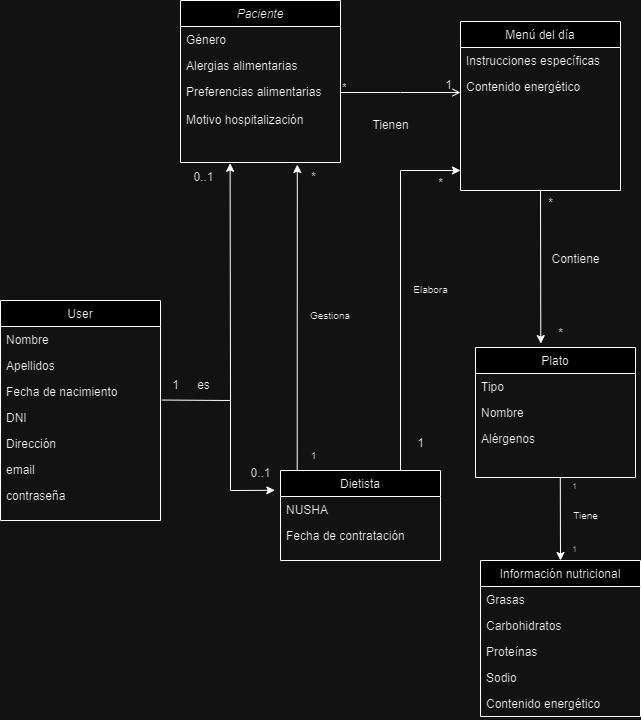
Earlier version of the draw.io export images/UML.drawio.png (CGIS-2024/proyecto-evaluacion-continua-grupoalfalb). Source tidied: cells renumbered, new cells last; positions are measured from the earlier drawing's top-left corner, leaving out a move shared by most shapes.
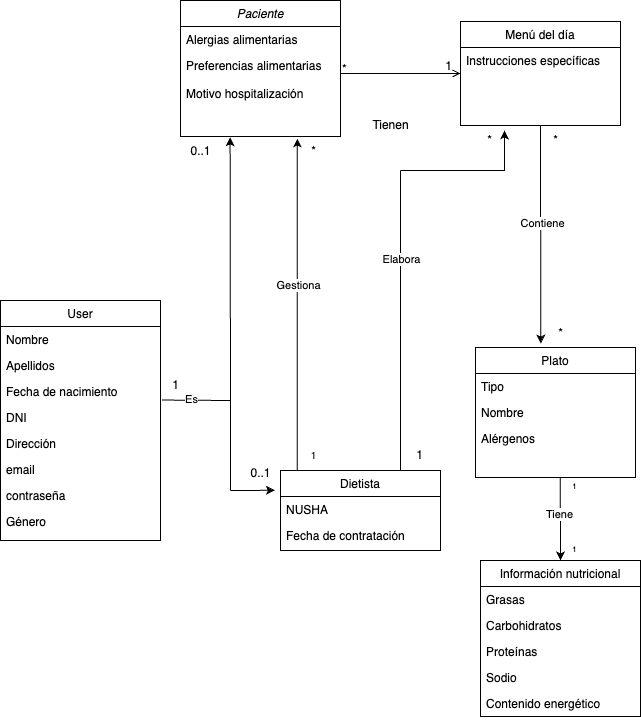
Later version of the same file.

What changed in the source:
```diff
@@ -3,34 +3,28 @@
     <mxCell id="0" />
     <mxCell id="1" parent="0" />
     <mxCell id="2" value="Paciente" style="swimlane;fontStyle=2;align=center;verticalAlign=top;horizontal=1;startSize=26;rounded=0;shadow=0;strokeWidth=1;" parent="1" vertex="1">
-      <mxGeometry x="180" width="160" height="162" as="geometry" />
+      <mxGeometry x="180" width="160" height="136" as="geometry" />
     </mxCell>
-    <mxCell id="3" value="Género" style="text;align=left;verticalAlign=top;spacingLeft=4;spacingRight=4;overflow=hidden;rounded=0;shadow=0;html=0;" parent="2" vertex="1">
-      <mxGeometry y="26" width="160" height="26" as="geometry" />
-    </mxCell>
     <mxCell id="4" value="Alergias alimentarias" style="text;align=left;verticalAlign=top;spacingLeft=4;spacingRight=4;overflow=hidden;rounded=0;shadow=0;html=0;" parent="2" vertex="1">
-      <mxGeometry y="52" width="160" height="26" as="geometry" />
+      <mxGeometry y="26" width="160" height="26" as="geometry" />
     </mxCell>
     <mxCell id="5" value="Preferencias alimentarias" style="text;align=left;verticalAlign=top;spacingLeft=4;spacingRight=4;overflow=hidden;rounded=0;shadow=0;html=0;" parent="2" vertex="1">
-      <mxGeometry y="78" width="160" height="28" as="geometry" />
+      <mxGeometry y="52" width="160" height="28" as="geometry" />
     </mxCell>
     <mxCell id="6" value="Motivo hospitalización" style="text;align=left;verticalAlign=top;spacingLeft=4;spacingRight=4;overflow=hidden;rounded=0;shadow=0;html=0;" parent="2" vertex="1">
-      <mxGeometry y="106" width="160" height="28" as="geometry" />
+      <mxGeometry y="80" width="160" height="28" as="geometry" />
     </mxCell>
     <mxCell id="7" style="text;align=left;verticalAlign=top;spacingLeft=4;spacingRight=4;overflow=hidden;points=[[0,0.5],[1,0.5]];portConstraint=eastwest;rounded=0;shadow=0;html=0;" parent="2" vertex="1">
-      <mxGeometry y="134" width="160" height="28" as="geometry" />
+      <mxGeometry y="108" width="160" height="28" as="geometry" />
     </mxCell>
     <mxCell id="8" value="Menú del día" style="swimlane;fontStyle=0;align=center;verticalAlign=top;horizontal=1;startSize=26;rounded=0;shadow=0;strokeWidth=1;" parent="1" vertex="1">
-      <mxGeometry x="460" y="21" width="160" height="169" as="geometry" />
+      <mxGeometry x="460" y="21" width="160" height="104" as="geometry" />
     </mxCell>
     <mxCell id="9" value="Instrucciones específicas" style="text;align=left;verticalAlign=top;spacingLeft=4;spacingRight=4;overflow=hidden;rounded=0;shadow=0;html=0;" parent="8" vertex="1">
       <mxGeometry y="26" width="160" height="26" as="geometry" />
     </mxCell>
-    <mxCell id="10" value="Contenido energético" style="text;align=left;verticalAlign=top;spacingLeft=4;spacingRight=4;overflow=hidden;rounded=0;shadow=0;html=0;" parent="8" vertex="1">
-      <mxGeometry y="52" width="160" height="26" as="geometry" />
-    </mxCell>
     <mxCell id="11" style="text;align=left;verticalAlign=top;spacingLeft=4;spacingRight=4;overflow=hidden;rounded=0;shadow=0;html=0;" parent="8" vertex="1">
-      <mxGeometry y="78" width="160" height="26" as="geometry" />
+      <mxGeometry y="52" width="160" height="26" as="geometry" />
     </mxCell>
     <mxCell id="12" style="endArrow=open;shadow=0;strokeWidth=1;rounded=0;endFill=1;edgeStyle=elbowEdgeStyle;elbow=vertical;" parent="1" edge="1" source="2" target="8">
       <mxGeometry x="0.5" y="41" relative="1" as="geometry">
@@ -51,7 +45,7 @@
       <mxGeometry x="360" y="110" width="60" height="30" as="geometry" />
     </mxCell>
     <mxCell id="16" value="User" style="swimlane;fontStyle=0;align=center;verticalAlign=top;horizontal=1;startSize=26;rounded=0;shadow=0;strokeWidth=1;" parent="1" vertex="1">
-      <mxGeometry y="300" width="160" height="220" as="geometry" />
+      <mxGeometry y="300" width="160" height="240" as="geometry" />
     </mxCell>
     <mxCell id="17" value="Nombre" style="text;align=left;verticalAlign=top;spacingLeft=4;spacingRight=4;overflow=hidden;" parent="16" vertex="1">
       <mxGeometry y="26" width="160" height="26" as="geometry" />
@@ -74,6 +68,9 @@
     <mxCell id="23" value="contraseña" style="text;align=left;verticalAlign=top;spacingLeft=4;spacingRight=4;overflow=hidden;" parent="16" vertex="1">
       <mxGeometry y="182" width="160" height="26" as="geometry" />
     </mxCell>
+    <mxCell id="3" value="Género" style="text;align=left;verticalAlign=top;spacingLeft=4;spacingRight=4;overflow=hidden;rounded=0;shadow=0;html=0;" parent="16" vertex="1">
+      <mxGeometry y="208" width="160" height="26" as="geometry" />
+    </mxCell>
     <mxCell id="24" value="Plato" style="swimlane;fontStyle=0;align=center;verticalAlign=top;horizontal=1;startSize=26;rounded=0;shadow=0;strokeWidth=1;" parent="1" vertex="1">
       <mxGeometry x="475" y="347" width="160" height="130" as="geometry" />
     </mxCell>
@@ -89,26 +86,25 @@
     <mxCell id="28" style="text;align=left;verticalAlign=top;spacingLeft=4;spacingRight=4;overflow=hidden;points=[[0,0.5],[1,0.5]];portConstraint=eastwest;" parent="24" vertex="1">
       <mxGeometry y="104" width="160" height="26" as="geometry" />
     </mxCell>
-    <mxCell id="29" value="&lt;font style=&quot;font-size: 10px;&quot;&gt;Gestiona&lt;/font&gt;" style="text;html=1;align=center;verticalAlign=middle;whiteSpace=wrap;rounded=0;" parent="1" vertex="1">
-      <mxGeometry x="300" y="300" width="60" height="30" as="geometry" />
-    </mxCell>
     <mxCell id="30" value="&lt;font style=&quot;font-size: 10px;&quot;&gt;1&lt;/font&gt;" style="text;html=1;align=center;verticalAlign=middle;strokeColor=none;fillColor=none;" parent="1" vertex="1">
       <mxGeometry x="298" y="440" width="30" height="30" as="geometry" />
     </mxCell>
     <mxCell id="31" value="*" style="text;html=1;align=center;verticalAlign=middle;strokeColor=none;fillColor=none;" parent="1" vertex="1">
-      <mxGeometry x="298" y="162" width="30" height="30" as="geometry" />
+      <mxGeometry x="298" y="136" width="30" height="30" as="geometry" />
     </mxCell>
     <mxCell id="32" style="endArrow=none;html=1;rounded=0;exitX=1.009;exitY=0.829;exitDx=0;exitDy=0;exitPerimeter=0;" parent="1" edge="1" source="19">
       <mxGeometry relative="1" as="geometry">
         <mxPoint x="230" y="400" as="targetPoint" />
       </mxGeometry>
     </mxCell>
+    <mxCell id="64" value="Es" style="edgeLabel;html=1;align=center;verticalAlign=middle;" parent="32" vertex="1">
+      <mxGeometry x="0.04" y="-2" relative="1" as="geometry">
+        <mxPoint x="-7" y="-3" as="offset" />
+      </mxGeometry>
+    </mxCell>
     <mxCell id="33" value="1" style="text;html=1;align=center;verticalAlign=middle;strokeColor=none;fillColor=none;" parent="1" vertex="1">
       <mxGeometry x="160" y="370" width="30" height="30" as="geometry" />
     </mxCell>
-    <mxCell id="34" value="es" style="text;html=1;align=center;verticalAlign=middle;strokeColor=none;fillColor=none;" parent="1" vertex="1">
-      <mxGeometry x="183" y="370" width="40" height="30" as="geometry" />
-    </mxCell>
     <mxCell id="35" style="endArrow=none;html=1;rounded=0;" parent="1" edge="1">
       <mxGeometry relative="1" as="geometry">
         <mxPoint x="310" y="270" as="sourcePoint" />
@@ -127,9 +123,6 @@
         <mxPoint x="274.3" y="489.8" as="targetPoint" />
       </mxGeometry>
     </mxCell>
-    <mxCell id="38" value="Contiene" style="text;html=1;align=center;verticalAlign=middle;strokeColor=none;fillColor=none;" parent="1" vertex="1">
-      <mxGeometry x="540" y="244" width="70" height="30" as="geometry" />
-    </mxCell>
     <mxCell id="39" style="endArrow=classic;html=1;rounded=0;entryX=0.31;entryY=1.028;entryDx=0;entryDy=0;entryPerimeter=0;" parent="1" edge="1" target="7">
       <mxGeometry relative="1" as="geometry">
         <mxPoint x="230" y="400" as="sourcePoint" />
@@ -139,24 +132,30 @@
       <mxGeometry x="240" y="458" width="40" height="30" as="geometry" />
     </mxCell>
     <mxCell id="41" value="0..1" style="text;html=1;align=center;verticalAlign=middle;strokeColor=none;fillColor=none;" parent="1" vertex="1">
-      <mxGeometry x="183" y="162" width="40" height="30" as="geometry" />
+      <mxGeometry x="180" y="136" width="40" height="30" as="geometry" />
     </mxCell>
     <mxCell id="42" style="endArrow=classic;html=1;rounded=0;exitX=0.142;exitY=0;exitDx=0;exitDy=0;exitPerimeter=0;entryX=0.73;entryY=1.073;entryDx=0;entryDy=0;entryPerimeter=0;" parent="1" edge="1" target="7">
       <mxGeometry relative="1" as="geometry">
         <mxPoint x="296.7" y="470" as="sourcePoint" />
       </mxGeometry>
     </mxCell>
+    <mxCell id="29" value="Gestiona" style="edgeLabel;html=1;align=center;verticalAlign=middle;" parent="42" vertex="1">
+      <mxGeometry x="0.12" y="-1" relative="1" as="geometry" />
+    </mxCell>
     <mxCell id="43" style="endArrow=classic;html=1;rounded=0;exitX=0.5;exitY=1;exitDx=0;exitDy=0;entryX=0.408;entryY=-0.03;entryDx=0;entryDy=0;entryPerimeter=0;" parent="1" edge="1" source="8" target="24">
       <mxGeometry relative="1" as="geometry" />
     </mxCell>
+    <mxCell id="38" value="Contiene" style="edgeLabel;html=1;align=center;verticalAlign=middle;" parent="43" vertex="1">
+      <mxGeometry x="-0.1" y="1" relative="1" as="geometry" />
+    </mxCell>
     <mxCell id="44" value="*" style="text;html=1;align=center;verticalAlign=middle;strokeColor=none;fillColor=none;" parent="1" vertex="1">
-      <mxGeometry x="535" y="188" width="30" height="30" as="geometry" />
+      <mxGeometry x="540" y="125" width="30" height="30" as="geometry" />
     </mxCell>
     <mxCell id="45" value="*" style="text;html=1;align=center;verticalAlign=middle;strokeColor=none;fillColor=none;" parent="1" vertex="1">
       <mxGeometry x="545" y="318" width="30" height="30" as="geometry" />
     </mxCell>
     <mxCell id="46" value="Dietista" style="swimlane;fontStyle=0;align=center;verticalAlign=top;horizontal=1;startSize=26;rounded=0;shadow=0;strokeWidth=1;" parent="1" vertex="1">
-      <mxGeometry x="280" y="470" width="160" height="90" as="geometry" />
+      <mxGeometry x="280" y="470" width="160" height="80" as="geometry" />
     </mxCell>
     <mxCell id="47" value="NUSHA" style="text;align=left;verticalAlign=top;spacingLeft=4;spacingRight=4;overflow=hidden;" parent="46" vertex="1">
       <mxGeometry y="26" width="160" height="26" as="geometry" />
@@ -169,21 +168,24 @@
         <mxPoint x="400" y="170" as="targetPoint" />
       </mxGeometry>
     </mxCell>
+    <mxCell id="53" value="Elabora" style="edgeLabel;html=1;align=center;verticalAlign=middle;" parent="49" vertex="1">
+      <mxGeometry x="0.41" relative="1" as="geometry" />
+    </mxCell>
     <mxCell id="50" style="endArrow=classic;html=1;rounded=0;" parent="1" edge="1">
       <mxGeometry relative="1" as="geometry">
         <mxPoint x="400" y="170" as="sourcePoint" />
-        <mxPoint x="460" y="170" as="targetPoint" />
+        <mxPoint x="504" y="130" as="targetPoint" />
+        <Array as="points">
+          <mxPoint x="504" y="170" />
+        </Array>
       </mxGeometry>
     </mxCell>
     <mxCell id="51" value="1" style="text;html=1;align=center;verticalAlign=middle;strokeColor=none;fillColor=none;" parent="1" vertex="1">
-      <mxGeometry x="405" y="428" width="30" height="30" as="geometry" />
+      <mxGeometry x="404" y="440" width="30" height="30" as="geometry" />
     </mxCell>
     <mxCell id="52" value="*" style="text;html=1;align=center;verticalAlign=middle;strokeColor=none;fillColor=none;" parent="1" vertex="1">
-      <mxGeometry x="425" y="168" width="30" height="30" as="geometry" />
+      <mxGeometry x="474" y="125" width="30" height="30" as="geometry" />
     </mxCell>
-    <mxCell id="53" value="&lt;font style=&quot;font-size: 10px;&quot;&gt;Elabora&lt;/font&gt;" style="text;html=1;align=center;verticalAlign=middle;strokeColor=none;fillColor=none;" parent="1" vertex="1">
-      <mxGeometry x="400" y="274" width="60" height="30" as="geometry" />
-    </mxCell>
     <mxCell id="54" value="Información nutricional" style="swimlane;fontStyle=0;align=center;verticalAlign=top;horizontal=1;startSize=26;rounded=0;shadow=0;strokeWidth=1;" parent="1" vertex="1">
       <mxGeometry x="480" y="560" width="160" height="156" as="geometry" />
     </mxCell>
@@ -205,14 +207,14 @@
     <mxCell id="60" style="endArrow=classic;html=1;rounded=0;exitX=0.53;exitY=0.996;exitDx=0;exitDy=0;exitPerimeter=0;entryX=0.5;entryY=0;entryDx=0;entryDy=0;" parent="1" edge="1" source="28" target="54">
       <mxGeometry relative="1" as="geometry" />
     </mxCell>
+    <mxCell id="63" value="Tiene" style="edgeLabel;html=1;align=center;verticalAlign=middle;" parent="60" vertex="1">
+      <mxGeometry x="-0.11" y="-1" relative="1" as="geometry" />
+    </mxCell>
     <mxCell id="61" value="&lt;font style=&quot;font-size: 8px;&quot;&gt;1&lt;/font&gt;" style="text;html=1;align=center;verticalAlign=middle;strokeColor=none;fillColor=none;" parent="1" vertex="1">
       <mxGeometry x="559" y="470" width="30" height="30" as="geometry" />
     </mxCell>
     <mxCell id="62" value="&lt;font style=&quot;font-size: 8px;&quot;&gt;1&lt;/font&gt;" style="text;html=1;align=center;verticalAlign=middle;strokeColor=none;fillColor=none;" parent="1" vertex="1">
       <mxGeometry x="559" y="533" width="30" height="30" as="geometry" />
     </mxCell>
-    <mxCell id="63" value="&lt;font style=&quot;font-size: 10px;&quot;&gt;Tiene&lt;/font&gt;" style="text;html=1;align=center;verticalAlign=middle;strokeColor=none;fillColor=none;" parent="1" vertex="1">
-      <mxGeometry x="560" y="500" width="50" height="30" as="geometry" />
-    </mxCell>
   </root>
 </mxGraphModel>
```
